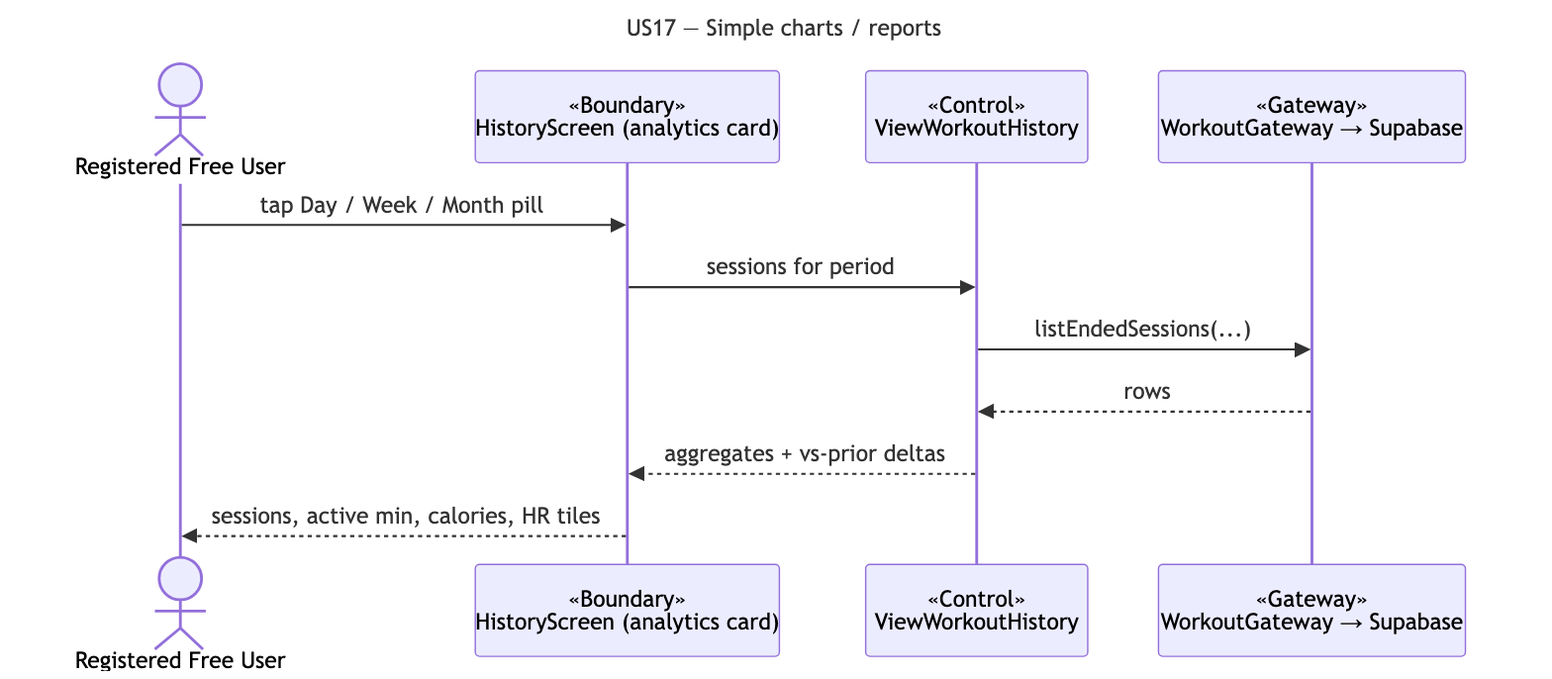
cyuanjun/FYP-26-S2-37-app keeps this Mermaid diagram as docs/deliverables/sequence-diagrams/US17-simple-charts.png. Above is the earlier version. Its source is kept beside it as docs/deliverables/sequence-diagrams/src/US17-simple-charts.mmd.
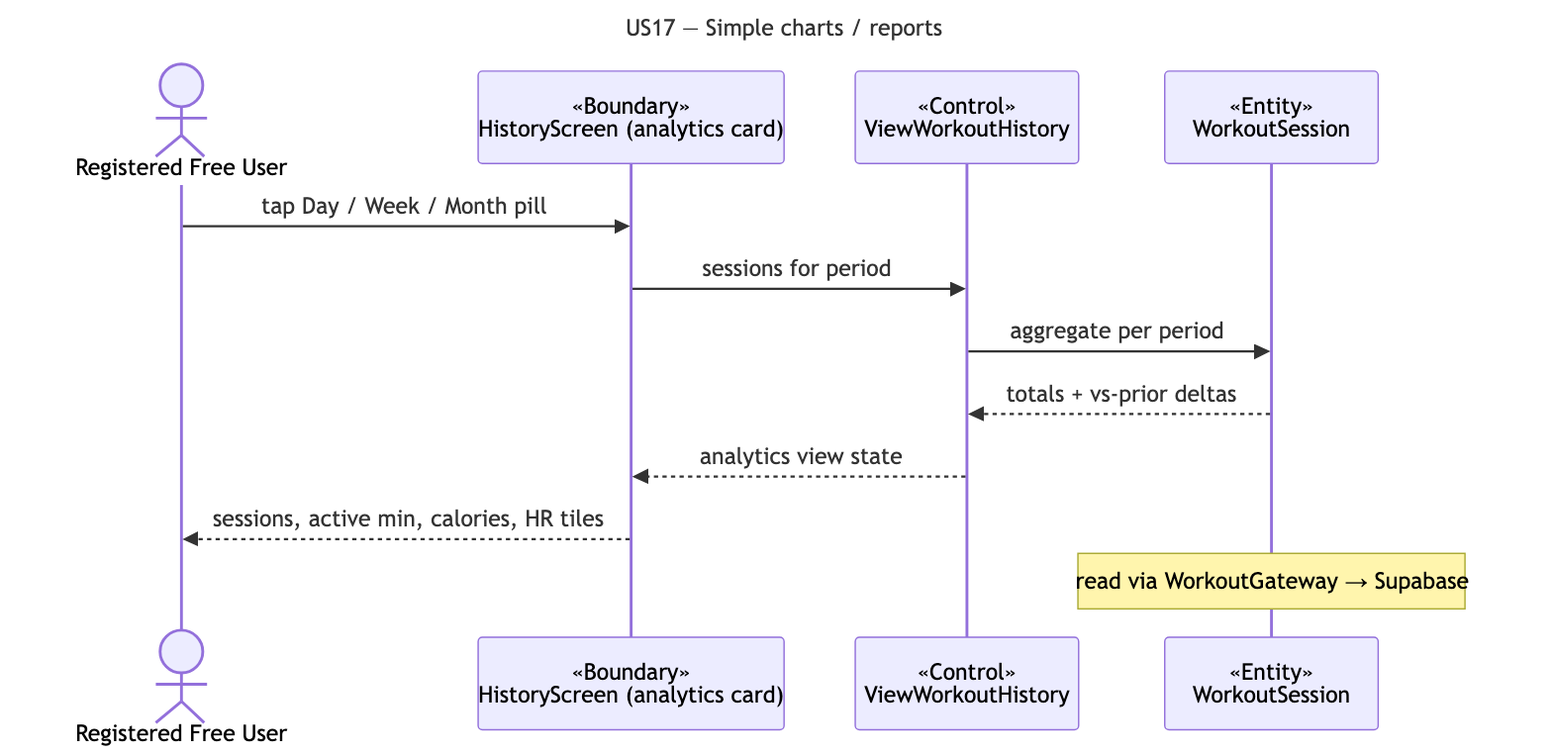
Above is the later version.

What changed in the source:
```diff
@@ -5,10 +5,11 @@
   actor A as Registered Free User
   participant B as «Boundary»<br/>HistoryScreen (analytics card)
   participant C as «Control»<br/>ViewWorkoutHistory
-  participant G as «Gateway»<br/>WorkoutGateway → Supabase
+  participant E as «Entity»<br/>WorkoutSession
   A->>B: tap Day / Week / Month pill
   B->>C: sessions for period
-  C->>G: listEndedSessions(...)
-  G-->>C: rows
-  C-->>B: aggregates + vs-prior deltas
+  C->>E: aggregate per period
+  E-->>C: totals + vs-prior deltas
+  C-->>B: analytics view state
   B-->>A: sessions, active min, calories, HR tiles
+  note over E: read via WorkoutGateway → Supabase
```
